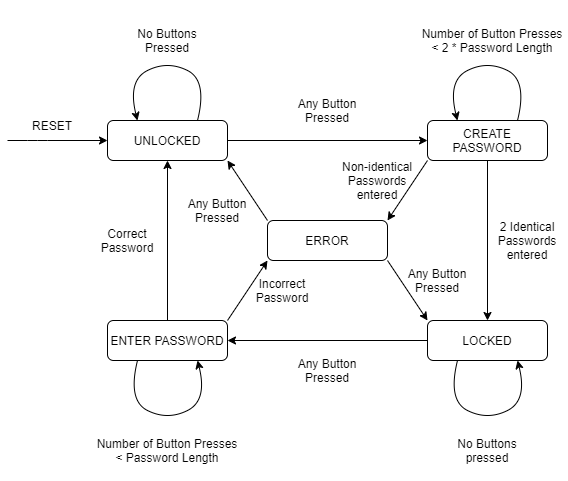
The draw.io diagram DEMO & DIAGRAMS/Assignment2StateMachine.png in jamesheavey/ELEC5566M-Assignment2, before a commit. Source tidied: cells renumbered, new cells last; positions are measured from the earlier drawing's top-left corner, leaving out a move shared by most shapes.
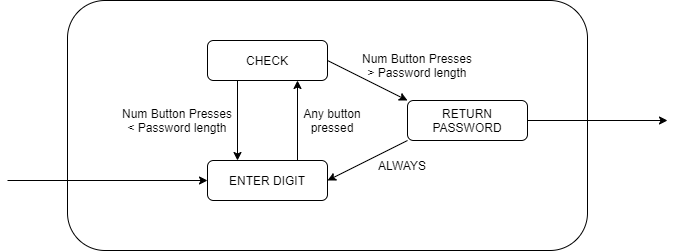
The same file after the commit.

Change to the diagram source:
```diff
@@ -2,131 +2,51 @@
   <root>
     <mxCell id="0" />
     <mxCell id="1" parent="0" />
+    <mxCell id="33" style="rounded=1;whiteSpace=wrap;html=1;" parent="1" vertex="1">
+      <mxGeometry x="60" width="520" height="250" as="geometry" />
+    </mxCell>
-    <mxCell id="2" value="UNLOCKED" style="rounded=1;whiteSpace=wrap;html=1;fontSize=12;glass=0;strokeWidth=1;shadow=0;" parent="1" vertex="1">
-      <mxGeometry x="100" y="120" width="120" height="40" as="geometry" />
+    <mxCell id="2" value="ENTER DIGIT" style="rounded=1;whiteSpace=wrap;html=1;fontSize=12;glass=0;strokeWidth=1;shadow=0;" parent="1" vertex="1">
+      <mxGeometry x="200" y="160" width="120" height="40" as="geometry" />
     </mxCell>
-    <mxCell id="3" value="CREATE PASSWORD" style="rounded=1;whiteSpace=wrap;html=1;fontSize=12;glass=0;strokeWidth=1;shadow=0;" parent="1" vertex="1">
-      <mxGeometry x="420" y="120" width="120" height="40" as="geometry" />
-    </mxCell>
-    <mxCell id="4" value="ENTER PASSWORD" style="rounded=1;whiteSpace=wrap;html=1;fontSize=12;glass=0;strokeWidth=1;shadow=0;" parent="1" vertex="1">
-      <mxGeometry x="100" y="320" width="120" height="40" as="geometry" />
+    <mxCell id="4" value="CHECK" style="rounded=1;whiteSpace=wrap;html=1;fontSize=12;glass=0;strokeWidth=1;shadow=0;" parent="1" vertex="1">
+      <mxGeometry x="200" y="40" width="120" height="40" as="geometry" />
     </mxCell>
-    <mxCell id="5" value="ERROR" style="rounded=1;whiteSpace=wrap;html=1;fontSize=12;glass=0;strokeWidth=1;shadow=0;" parent="1" vertex="1">
-      <mxGeometry x="260" y="220" width="120" height="40" as="geometry" />
+    <mxCell id="5" value="RETURN PASSWORD" style="rounded=1;whiteSpace=wrap;html=1;fontSize=12;glass=0;strokeWidth=1;shadow=0;" parent="1" vertex="1">
+      <mxGeometry x="400" y="100" width="120" height="40" as="geometry" />
     </mxCell>
-    <mxCell id="6" value="LOCKED" style="rounded=1;whiteSpace=wrap;html=1;fontSize=12;glass=0;strokeWidth=1;shadow=0;" parent="1" vertex="1">
-      <mxGeometry x="420" y="320" width="120" height="40" as="geometry" />
-    </mxCell>
-    <mxCell id="7" style="endArrow=classic;html=1;entryX=0;entryY=0.5;entryDx=0;entryDy=0;" parent="1" edge="1" target="2">
-      <mxGeometry relative="1" as="geometry">
-        <mxPoint y="140" as="sourcePoint" />
-        <Array as="points">
-          <mxPoint x="30" y="140" />
-        </Array>
-      </mxGeometry>
-    </mxCell>
-    <mxCell id="8" style="endArrow=classic;html=1;entryX=0;entryY=0.5;entryDx=0;entryDy=0;exitX=1;exitY=0.5;exitDx=0;exitDy=0;" parent="1" edge="1" source="2" target="3">
-      <mxGeometry relative="1" as="geometry" />
-    </mxCell>
-    <mxCell id="9" style="endArrow=classic;html=1;exitX=0;exitY=1;exitDx=0;exitDy=0;entryX=1;entryY=0;entryDx=0;entryDy=0;" parent="1" edge="1" source="3" target="5">
-      <mxGeometry relative="1" as="geometry" />
-    </mxCell>
+    <mxCell id="13" style="endArrow=classic;html=1;exitX=0.25;exitY=1;exitDx=0;exitDy=0;entryX=0.25;entryY=0;entryDx=0;entryDy=0;" parent="1" edge="1" source="4" target="2">
+      <mxGeometry relative="1" as="geometry" />
+    </mxCell>
+    <mxCell id="34" style="endArrow=classic;html=1;exitX=0.75;exitY=0;exitDx=0;exitDy=0;entryX=0.75;entryY=1;entryDx=0;entryDy=0;" parent="1" edge="1" source="2" target="4">
+      <mxGeometry relative="1" as="geometry" />
+    </mxCell>
+    <mxCell id="35" style="endArrow=classic;html=1;entryX=0;entryY=0.5;entryDx=0;entryDy=0;" parent="1" edge="1" target="2">
+      <mxGeometry relative="1" as="geometry">
+        <mxPoint y="180" as="sourcePoint" />
+      </mxGeometry>
+    </mxCell>
+    <mxCell id="14" style="endArrow=classic;html=1;exitX=1;exitY=0.5;exitDx=0;exitDy=0;entryX=0;entryY=0;entryDx=0;entryDy=0;" parent="1" edge="1" source="4" target="5">
+      <mxGeometry relative="1" as="geometry" />
+    </mxCell>
-    <mxCell id="10" style="endArrow=classic;html=1;entryX=1;entryY=1;entryDx=0;entryDy=0;exitX=0;exitY=0;exitDx=0;exitDy=0;" parent="1" edge="1" source="5" target="2">
+    <mxCell id="10" style="endArrow=classic;html=1;exitX=0;exitY=1;exitDx=0;exitDy=0;entryX=1;entryY=0.5;entryDx=0;entryDy=0;" parent="1" edge="1" source="5" target="2">
       <mxGeometry relative="1" as="geometry" />
     </mxCell>
-    <mxCell id="11" style="endArrow=classic;html=1;entryX=0.5;entryY=0;entryDx=0;entryDy=0;exitX=0.5;exitY=1;exitDx=0;exitDy=0;" parent="1" edge="1" source="3" target="6">
-      <mxGeometry relative="1" as="geometry" />
-    </mxCell>
-    <mxCell id="12" style="endArrow=classic;html=1;exitX=0;exitY=0.5;exitDx=0;exitDy=0;" parent="1" edge="1" source="6" target="4">
-      <mxGeometry relative="1" as="geometry" />
-    </mxCell>
-    <mxCell id="13" style="endArrow=classic;html=1;entryX=0.5;entryY=1;entryDx=0;entryDy=0;exitX=0.5;exitY=0;exitDx=0;exitDy=0;" parent="1" edge="1" source="4" target="2">
-      <mxGeometry relative="1" as="geometry" />
-    </mxCell>
-    <mxCell id="14" style="endArrow=classic;html=1;exitX=1;exitY=0;exitDx=0;exitDy=0;entryX=0;entryY=1;entryDx=0;entryDy=0;" parent="1" edge="1" source="4" target="5">
-      <mxGeometry relative="1" as="geometry" />
-    </mxCell>
-    <mxCell id="15" style="endArrow=classic;html=1;exitX=1;exitY=1;exitDx=0;exitDy=0;entryX=0;entryY=0;entryDx=0;entryDy=0;" parent="1" edge="1" source="5" target="6">
-      <mxGeometry relative="1" as="geometry" />
-    </mxCell>
-    <mxCell id="16" value="2 Identical Passwords entered" style="text;html=1;strokeColor=none;fillColor=none;align=center;verticalAlign=middle;whiteSpace=wrap;rounded=0;" parent="1" vertex="1">
-      <mxGeometry x="480" y="210" width="80" height="60" as="geometry" />
-    </mxCell>
-    <mxCell id="17" style="curved=1;endArrow=classic;html=1;exitX=0.25;exitY=1;exitDx=0;exitDy=0;entryX=0.75;entryY=1;entryDx=0;entryDy=0;" parent="1" edge="1" source="6" target="6">
-      <mxGeometry relative="1" as="geometry">
-        <Array as="points">
-          <mxPoint x="440" y="400" />
-          <mxPoint x="480" y="420" />
-          <mxPoint x="520" y="400" />
-        </Array>
-      </mxGeometry>
-    </mxCell>
-    <mxCell id="18" style="curved=1;endArrow=classic;html=1;exitX=0.25;exitY=1;exitDx=0;exitDy=0;entryX=0.75;entryY=1;entryDx=0;entryDy=0;" parent="1" edge="1">
-      <mxGeometry relative="1" as="geometry">
-        <mxPoint x="130" y="360" as="sourcePoint" />
-        <mxPoint x="190" y="360" as="targetPoint" />
-        <Array as="points">
-          <mxPoint x="120" y="400" />
-          <mxPoint x="160" y="420" />
-          <mxPoint x="200" y="400" />
-        </Array>
-      </mxGeometry>
-    </mxCell>
-    <mxCell id="19" style="curved=1;endArrow=classic;html=1;exitX=0.75;exitY=0;exitDx=0;exitDy=0;entryX=0.25;entryY=0;entryDx=0;entryDy=0;" parent="1" edge="1" source="2" target="2">
-      <mxGeometry relative="1" as="geometry">
-        <Array as="points">
-          <mxPoint x="200" y="80" />
-          <mxPoint x="160" y="60" />
-          <mxPoint x="120" y="80" />
-        </Array>
-      </mxGeometry>
-    </mxCell>
-    <mxCell id="20" style="curved=1;endArrow=classic;html=1;exitX=0.75;exitY=0;exitDx=0;exitDy=0;entryX=0.25;entryY=0;entryDx=0;entryDy=0;" parent="1" edge="1">
-      <mxGeometry relative="1" as="geometry">
-        <mxPoint x="510" y="120" as="sourcePoint" />
-        <mxPoint x="450" y="120" as="targetPoint" />
-        <Array as="points">
-          <mxPoint x="520" y="80" />
-          <mxPoint x="480" y="60" />
-          <mxPoint x="440" y="80" />
-        </Array>
-      </mxGeometry>
-    </mxCell>
-    <mxCell id="21" value="Number of Button Presses &amp;lt; 2 * Password Length" style="text;html=1;strokeColor=none;fillColor=none;align=center;verticalAlign=middle;whiteSpace=wrap;rounded=0;" parent="1" vertex="1">
-      <mxGeometry x="410" width="150" height="80" as="geometry" />
-    </mxCell>
-    <mxCell id="22" value="No Buttons Pressed" style="text;html=1;strokeColor=none;fillColor=none;align=center;verticalAlign=middle;whiteSpace=wrap;rounded=0;" parent="1" vertex="1">
-      <mxGeometry x="120" y="10" width="80" height="60" as="geometry" />
-    </mxCell>
-    <mxCell id="23" value="Number of Button Presses &amp;lt; Password Length" style="text;html=1;strokeColor=none;fillColor=none;align=center;verticalAlign=middle;whiteSpace=wrap;rounded=0;" parent="1" vertex="1">
-      <mxGeometry x="85" y="420" width="150" height="60" as="geometry" />
-    </mxCell>
-    <mxCell id="24" value="No Buttons pressed" style="text;html=1;strokeColor=none;fillColor=none;align=center;verticalAlign=middle;whiteSpace=wrap;rounded=0;" parent="1" vertex="1">
-      <mxGeometry x="440" y="420" width="80" height="60" as="geometry" />
-    </mxCell>
-    <mxCell id="25" value="Any Button Pressed" style="text;html=1;strokeColor=none;fillColor=none;align=center;verticalAlign=middle;whiteSpace=wrap;rounded=0;" parent="1" vertex="1">
-      <mxGeometry x="280" y="340" width="80" height="60" as="geometry" />
-    </mxCell>
-    <mxCell id="26" value="Correct Password" style="text;html=1;strokeColor=none;fillColor=none;align=center;verticalAlign=middle;whiteSpace=wrap;rounded=0;" parent="1" vertex="1">
-      <mxGeometry x="80" y="210" width="80" height="60" as="geometry" />
-    </mxCell>
-    <mxCell id="27" value="Any Button Pressed" style="text;html=1;strokeColor=none;fillColor=none;align=center;verticalAlign=middle;whiteSpace=wrap;rounded=0;" parent="1" vertex="1">
-      <mxGeometry x="280" y="80" width="80" height="60" as="geometry" />
-    </mxCell>
-    <mxCell id="28" value="Incorrect Password" style="text;html=1;strokeColor=none;fillColor=none;align=center;verticalAlign=middle;whiteSpace=wrap;rounded=0;" parent="1" vertex="1">
-      <mxGeometry x="235" y="260" width="80" height="60" as="geometry" />
-    </mxCell>
-    <mxCell id="29" value="Non-identical Passwords entered" style="text;html=1;strokeColor=none;fillColor=none;align=center;verticalAlign=middle;whiteSpace=wrap;rounded=0;" parent="1" vertex="1">
-      <mxGeometry x="330" y="150" width="80" height="60" as="geometry" />
-    </mxCell>
-    <mxCell id="30" value="RESET" style="text;html=1;strokeColor=none;fillColor=none;align=center;verticalAlign=middle;whiteSpace=wrap;rounded=0;" parent="1" vertex="1">
-      <mxGeometry x="20" y="110" width="50" height="30" as="geometry" />
-    </mxCell>
-    <mxCell id="31" value="Any Button Pressed" style="text;html=1;strokeColor=none;fillColor=none;align=center;verticalAlign=middle;whiteSpace=wrap;rounded=0;" parent="1" vertex="1">
-      <mxGeometry x="170" y="180" width="80" height="60" as="geometry" />
-    </mxCell>
-    <mxCell id="32" value="Any Button Pressed" style="text;html=1;strokeColor=none;fillColor=none;align=center;verticalAlign=middle;whiteSpace=wrap;rounded=0;" parent="1" vertex="1">
-      <mxGeometry x="390" y="250" width="80" height="60" as="geometry" />
-    </mxCell>
+    <mxCell id="36" value="Any button pressed" style="text;html=1;strokeColor=none;fillColor=none;align=center;verticalAlign=middle;whiteSpace=wrap;rounded=0;" parent="1" vertex="1">
+      <mxGeometry x="290" y="105" width="70" height="30" as="geometry" />
+    </mxCell>
+    <mxCell id="37" value="Num Button Presses &amp;lt; Password length" style="text;html=1;strokeColor=none;fillColor=none;align=center;verticalAlign=middle;whiteSpace=wrap;rounded=0;" parent="1" vertex="1">
+      <mxGeometry x="110" y="95" width="120" height="50" as="geometry" />
+    </mxCell>
+    <mxCell id="38" value="Num Button Presses &amp;gt; Password length" style="text;html=1;strokeColor=none;fillColor=none;align=center;verticalAlign=middle;whiteSpace=wrap;rounded=0;" parent="1" vertex="1">
+      <mxGeometry x="350" y="40" width="120" height="50" as="geometry" />
+    </mxCell>
+    <mxCell id="39" value="ALWAYS" style="text;html=1;strokeColor=none;fillColor=none;align=center;verticalAlign=middle;whiteSpace=wrap;rounded=0;" parent="1" vertex="1">
+      <mxGeometry x="360" y="150" width="70" height="30" as="geometry" />
+    </mxCell>
+    <mxCell id="40" style="endArrow=classic;html=1;exitX=1;exitY=0.5;exitDx=0;exitDy=0;" parent="1" edge="1" source="5">
+      <mxGeometry relative="1" as="geometry">
+        <mxPoint x="660" y="120" as="targetPoint" />
+      </mxGeometry>
+    </mxCell>
   </root>
 </mxGraphModel>
```
